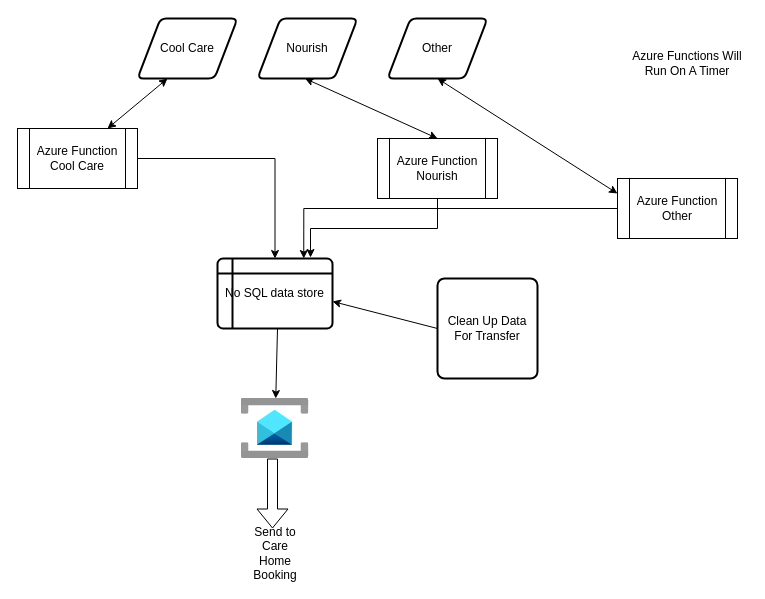
Above: CareHomeBookingProcessor.drawio in mattwatts36/drawings (draw.io), before the change. Source tidied: cells renumbered, new cells numbered last; positions are measured from the earlier drawing's top-left corner, leaving out a move shared by most shapes. Both pictures are drawn from the tidied source at 100%, with x=0, y=0 at pixel (17, 18).
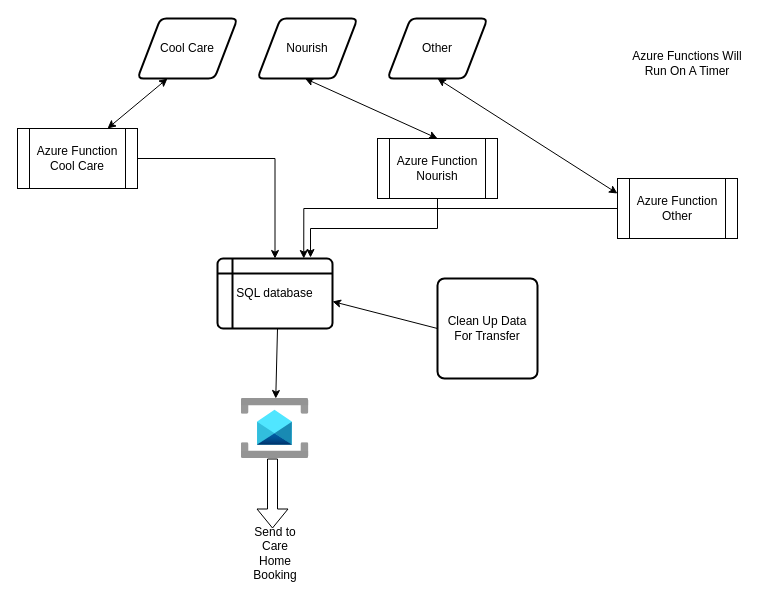
Above is the later version.

Commit message:
Changed to using a SQL database

Change to the diagram source:
```diff
@@
-    <mxCell id="5" value="No SQL data store" style="shape=internalStorage;whiteSpace=wrap;html=1;dx=15;dy=15;rounded=1;arcSize=8;strokeWidth=2;" parent="1" vertex="1">
+    <mxCell id="5" value="SQL database" style="shape=internalStorage;whiteSpace=wrap;html=1;dx=15;dy=15;rounded=1;arcSize=8;strokeWidth=2;" parent="1" vertex="1">
       <mxGeometry x="200" y="240" width="115" height="70" as="geometry" />
     </mxCell>
```
